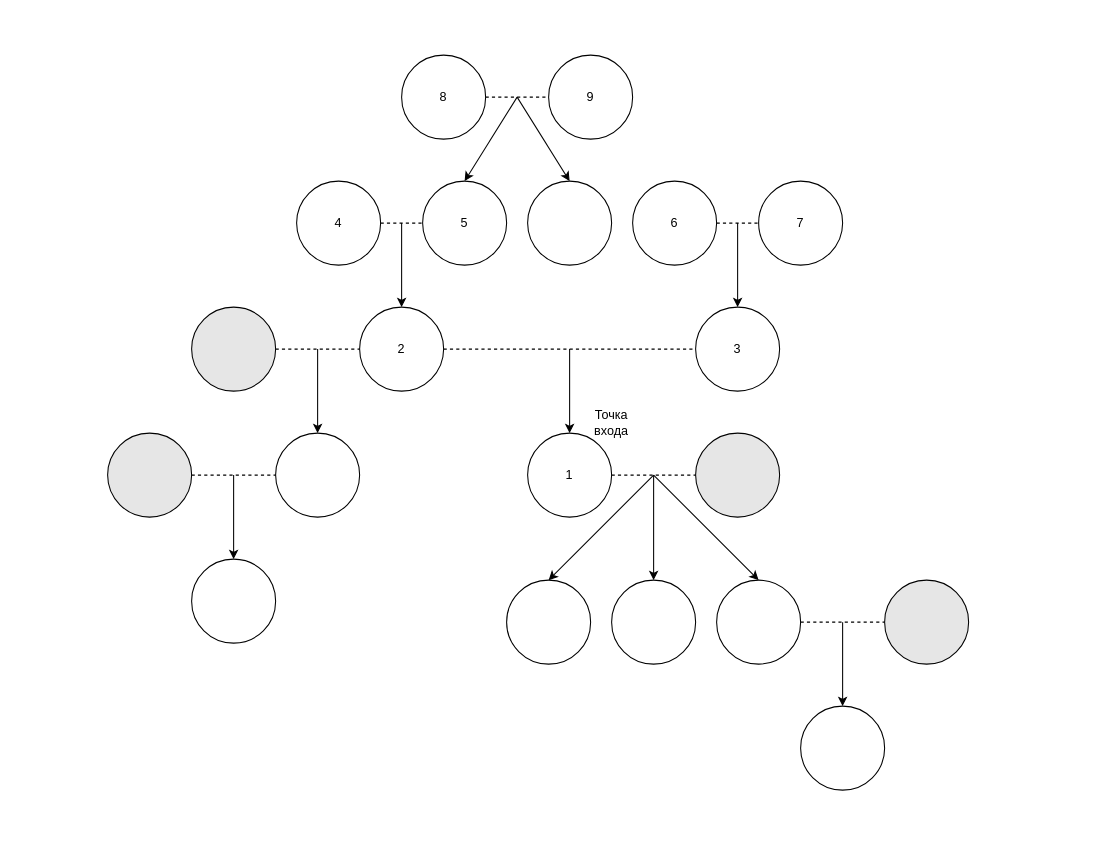
Earlier version of the draw.io diagram page "Copy of Page-1" (2 of 4) of posts/post-84/images/incest.drawio (urpylka/notes). Source tidied: cells renumbered, new cells numbered last; positions are measured from the earlier drawing's top-left corner, leaving out a move shared by most shapes. Both pictures are drawn from the tidied source at 105%, with x=0, y=0 at pixel (107, 55).
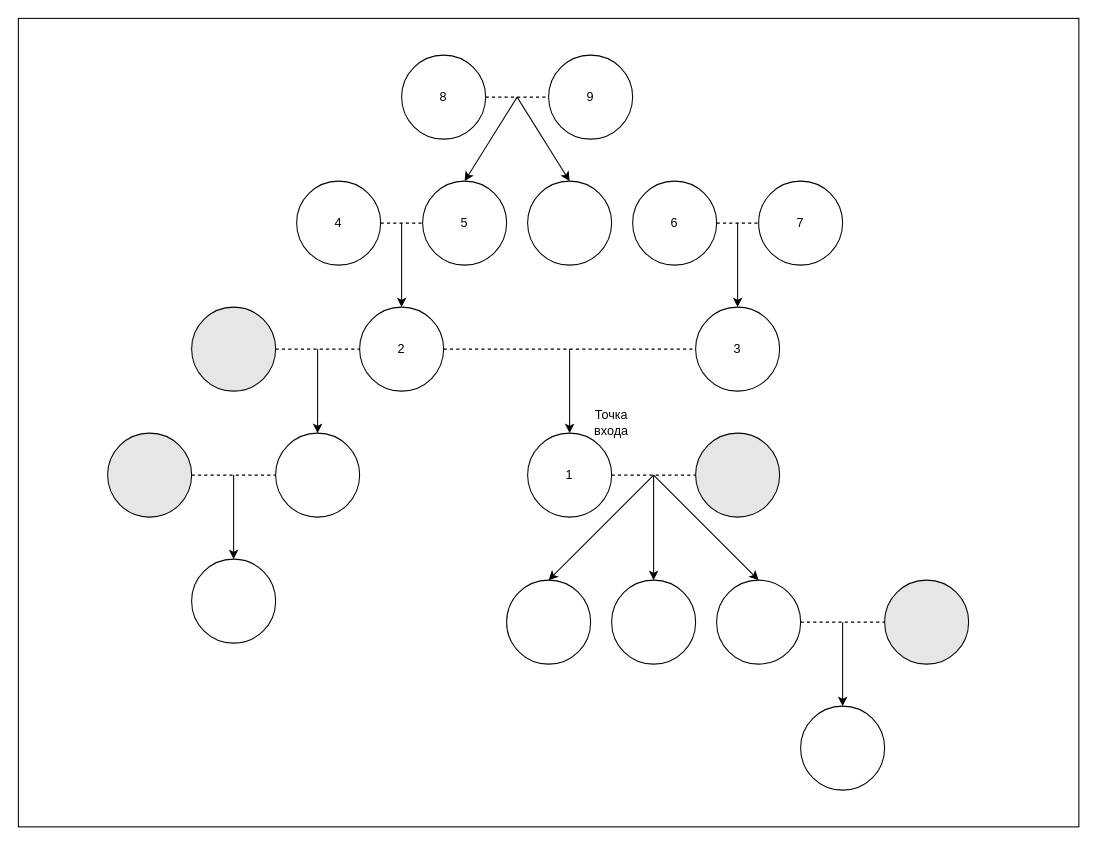
The same diagram, later.

The edit, as a diff of the source:
```diff
@@
+    <mxCell id="42" style="rounded=0;whiteSpace=wrap;html=1;" parent="1" vertex="1">
+      <mxGeometry x="-85" y="-35" width="1010" height="770" as="geometry" />
+    </mxCell>
```
